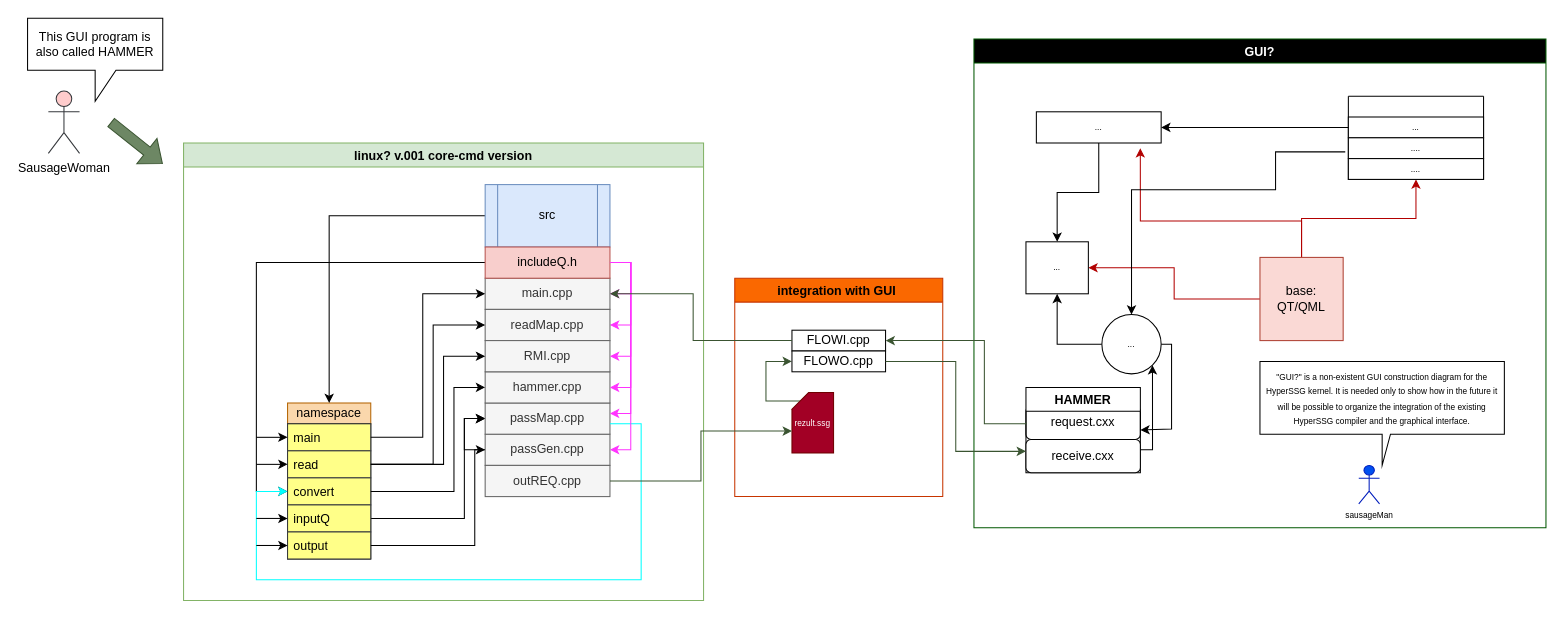
Earlier version of the draw.io diagram HypSsgDiag.drawio (HyperSausage/HyperSSG-core). Source tidied: cells renumbered, new cells numbered last; positions are measured from the earlier drawing's top-left corner, leaving out a move shared by most shapes. Both pictures are drawn from the tidied source at 104%, with x=0, y=0 at pixel (27, 18).
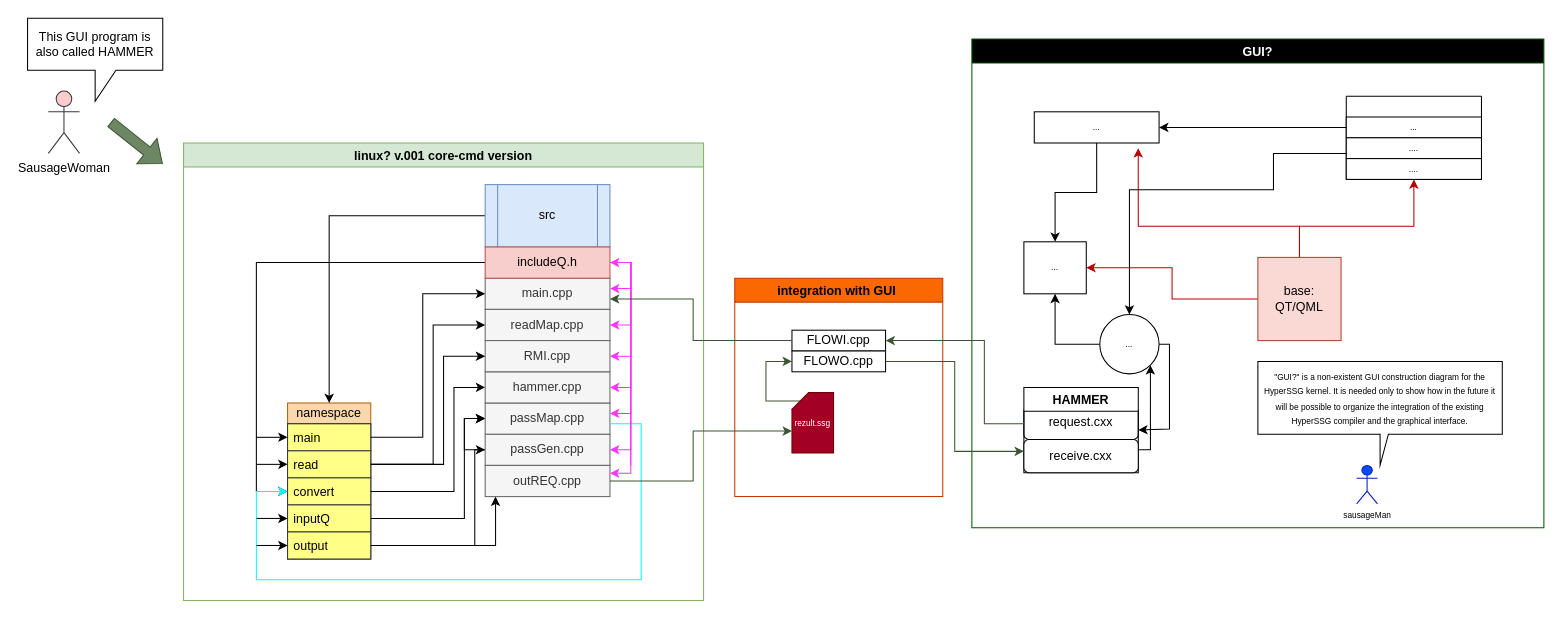
Above is the later version.

The change refers to these unchanged cells:
```xml
<mxCell id="2" value="linux? v.001 core-cmd version" style="swimlane;fillColor=#d5e8d4;strokeColor=#82b366;" parent="1" vertex="1">
  <mxGeometry x="150" y="120" width="500" height="440" as="geometry" />
</mxCell>
<mxCell id="10" value="output" style="text;html=1;strokeColor=#36393d;fillColor=#ffff88;align=left;verticalAlign=top;spacingLeft=4;spacingRight=4;whiteSpace=wrap;overflow=hidden;points=[[0,0.5],[1,0.5]];portConstraint=eastwest;" parent="2" vertex="1">
  <mxGeometry x="100" y="374" width="80" height="26" as="geometry" />
</mxCell>
<mxCell id="13" value="main.cpp" style="rounded=0;whiteSpace=wrap;html=1;fillColor=#f5f5f5;fontColor=#333333;strokeColor=#666666;" parent="2" vertex="1">
  <mxGeometry x="290" y="130" width="120" height="30" as="geometry" />
</mxCell>
<mxCell id="17" value="includeQ.h" style="whiteSpace=wrap;html=1;fillColor=#f8cecc;strokeColor=#b85450;" parent="2" vertex="1">
  <mxGeometry x="290" y="100" width="120" height="30" as="geometry" />
</mxCell>
<mxCell id="34" value="outREQ.cpp" style="rounded=0;whiteSpace=wrap;html=1;fillColor=#f5f5f5;fontColor=#333333;strokeColor=#666666;" parent="2" vertex="1">
  <mxGeometry x="290" y="310" width="120" height="30" as="geometry" />
</mxCell>
<mxCell id="43" value="base:&lt;br&gt;QT/QML" style="whiteSpace=wrap;html=1;fillColor=#fad9d5;strokeColor=#ae4132;" parent="39" vertex="1">
  <mxGeometry x="275" y="210" width="80" height="80" as="geometry" />
</mxCell>
<mxCell id="44" style="swimlane;startSize=0;fontSize=8;" parent="39" vertex="1">
  <mxGeometry x="360" y="55" width="130" height="80" as="geometry" />
</mxCell>
<mxCell id="46" value="...." style="whiteSpace=wrap;html=1;fontSize=8;" parent="44" vertex="1">
  <mxGeometry y="40" width="130" height="20" as="geometry" />
</mxCell>
<mxCell id="49" value="..." style="rounded=0;whiteSpace=wrap;html=1;fontSize=8;" parent="39" vertex="1">
  <mxGeometry x="60" y="70" width="120" height="30" as="geometry" />
</mxCell>
<mxCell id="53" value="..." style="ellipse;whiteSpace=wrap;html=1;fontSize=8;" parent="39" vertex="1">
  <mxGeometry x="123" y="265" width="57" height="57" as="geometry" />
</mxCell>
<mxCell id="63" value="FLOWI.cpp" style="rounded=0;whiteSpace=wrap;html=1;" parent="62" vertex="1">
  <mxGeometry x="55" y="50" width="90" height="20" as="geometry" />
</mxCell>
<mxCell id="65" value="&lt;font style=&quot;font-size: 8px;&quot;&gt;rezult.ssg&lt;/font&gt;" style="shape=card;whiteSpace=wrap;html=1;size=16;fillColor=#a20025;fontColor=#ffffff;strokeColor=#6F0000;" parent="62" vertex="1">
  <mxGeometry x="55" y="110" width="40" height="58" as="geometry" />
</mxCell>
```

Diff of the diagram source:
```diff
@@
+    <mxCell id="74" style="edgeStyle=orthogonalEdgeStyle;rounded=0;jettySize=auto;html=1;" parent="2" edge="1" source="10">
+      <mxGeometry relative="1" as="geometry">
+        <mxPoint x="300" y="340" as="targetPoint" />
+        <Array as="points">
+          <mxPoint x="300" y="387" />
+          <mxPoint x="300" y="340" />
+        </Array>
+      </mxGeometry>
+    </mxCell>
@@
-    <mxCell id="18" style="edgeStyle=orthogonalEdgeStyle;rounded=0;jettySize=auto;html=1;entryX=1;entryY=0.5;entryDx=0;entryDy=0;exitX=1;exitY=0.5;exitDx=0;exitDy=0;fillColor=#ffff88;strokeColor=#FF33FF;" parent="2" edge="1" source="17" target="13">
+    <mxCell id="18" style="edgeStyle=orthogonalEdgeStyle;rounded=0;jettySize=auto;html=1;exitX=1;exitY=0.5;exitDx=0;exitDy=0;fillColor=#ffff88;strokeColor=#FF33FF;" parent="2" edge="1" source="17">
       <mxGeometry relative="1" as="geometry">
+        <mxPoint x="410" y="140" as="targetPoint" />
         <Array as="points">
           <mxPoint x="430" y="115" />
-          <mxPoint x="430" y="145" />
+          <mxPoint x="430" y="140" />
+          <mxPoint x="410" y="140" />
         </Array>
       </mxGeometry>
     </mxCell>
@@
+    <mxCell id="75" style="edgeStyle=orthogonalEdgeStyle;rounded=0;jettySize=auto;html=1;entryX=1;entryY=0.25;entryDx=0;entryDy=0;strokeColor=#FF33FF;" parent="2" edge="1" target="34">
+      <mxGeometry relative="1" as="geometry">
+        <mxPoint x="410" y="115" as="sourcePoint" />
+        <Array as="points">
+          <mxPoint x="410" y="115" />
+          <mxPoint x="430" y="115" />
+          <mxPoint x="430" y="318" />
+        </Array>
+      </mxGeometry>
+    </mxCell>
+    <mxCell id="76" style="endArrow=classic;html=1;rounded=0;strokeColor=#FF33FF;entryX=1;entryY=0.5;entryDx=0;entryDy=0;" parent="2" edge="1" target="17">
+      <mxGeometry relative="1" as="geometry">
+        <mxPoint x="430" y="310" as="sourcePoint" />
+        <Array as="points">
+          <mxPoint x="430" y="115" />
+        </Array>
+      </mxGeometry>
+    </mxCell>
@@
     <mxCell id="39" value="GUI?" style="swimlane;fillColor=#000000;strokeColor=#005700;fontColor=#ffffff;" parent="1" vertex="1">
-      <mxGeometry x="910" y="20" width="550" height="470" as="geometry" />
+      <mxGeometry x="908" y="20" width="550" height="470" as="geometry" />
     </mxCell>
     <mxCell id="40" style="edgeStyle=orthogonalEdgeStyle;rounded=0;jettySize=auto;html=1;exitX=0.5;exitY=0;exitDx=0;exitDy=0;entryX=0.5;entryY=1;entryDx=0;entryDy=0;fontSize=8;strokeColor=#B20000;fillColor=#e51400;" parent="39" edge="1" source="43" target="44">
-      <mxGeometry relative="1" as="geometry" />
+      <mxGeometry relative="1" as="geometry">
+        <Array as="points">
+          <mxPoint x="315" y="180" />
+          <mxPoint x="425" y="180" />
+        </Array>
+      </mxGeometry>
     </mxCell>
@@
     <mxCell id="42" style="edgeStyle=orthogonalEdgeStyle;rounded=0;jettySize=auto;html=1;entryX=0.833;entryY=1.167;entryDx=0;entryDy=0;entryPerimeter=0;fontSize=12;fontColor=#000000;strokeColor=#B20000;fillColor=#e51400;" parent="39" edge="1" source="43" target="49">
       <mxGeometry relative="1" as="geometry">
         <Array as="points">
-          <mxPoint x="315" y="175" />
-          <mxPoint x="160" y="175" />
+          <mxPoint x="315" y="180" />
+          <mxPoint x="160" y="180" />
         </Array>
       </mxGeometry>
     </mxCell>
@@
-    <mxCell id="58" style="edgeStyle=orthogonalEdgeStyle;rounded=0;jettySize=auto;html=1;entryX=0.5;entryY=0;entryDx=0;entryDy=0;fontSize=12;fontColor=#000000;strokeColor=#000000;exitX=-0.023;exitY=0.669;exitDx=0;exitDy=0;exitPerimeter=0;" parent="39" edge="1" source="44" target="53">
+    <mxCell id="58" style="edgeStyle=orthogonalEdgeStyle;rounded=0;jettySize=auto;html=1;entryX=0.5;entryY=0;entryDx=0;entryDy=0;fontSize=12;fontColor=#000000;strokeColor=#000000;exitX=0;exitY=0.75;exitDx=0;exitDy=0;" parent="39" edge="1" source="46" target="53">
       <mxGeometry relative="1" as="geometry">
         <Array as="points">
-          <mxPoint x="290" y="109" />
+          <mxPoint x="290" y="110" />
           <mxPoint x="290" y="145" />
           <mxPoint x="151" y="145" />
         </Array>
       </mxGeometry>
     </mxCell>
@@
     <mxCell id="67" style="edgeStyle=orthogonalEdgeStyle;rounded=0;jettySize=auto;html=1;entryX=0;entryY=0;entryDx=0;entryDy=37;entryPerimeter=0;fontSize=8;strokeColor=#3A5431;fillColor=#6d8764;" parent="1" edge="1" source="34" target="65">
-      <mxGeometry relative="1" as="geometry" />
+      <mxGeometry relative="1" as="geometry">
+        <Array as="points">
+          <mxPoint x="640" y="445" />
+          <mxPoint x="640" y="397" />
+        </Array>
+      </mxGeometry>
     </mxCell>
-    <mxCell id="68" style="endArrow=classic;html=1;rounded=0;fontSize=8;strokeColor=#3A5431;entryX=1;entryY=0.5;entryDx=0;entryDy=0;exitX=0;exitY=0.5;exitDx=0;exitDy=0;fillColor=#6d8764;" parent="1" edge="1" source="63" target="13">
+    <mxCell id="68" style="endArrow=classic;html=1;rounded=0;fontSize=8;strokeColor=#3A5431;exitX=0;exitY=0.5;exitDx=0;exitDy=0;fillColor=#6d8764;" parent="1" edge="1" source="63">
       <mxGeometry relative="1" as="geometry">
+        <mxPoint x="560" y="270" as="targetPoint" />
         <Array as="points">
           <mxPoint x="650" y="310" />
           <mxPoint x="640" y="310" />
           <mxPoint x="640" y="290" />
-          <mxPoint x="640" y="265" />
+          <mxPoint x="640" y="270" />
+          <mxPoint x="580" y="270" />
         </Array>
       </mxGeometry>
     </mxCell>
```
